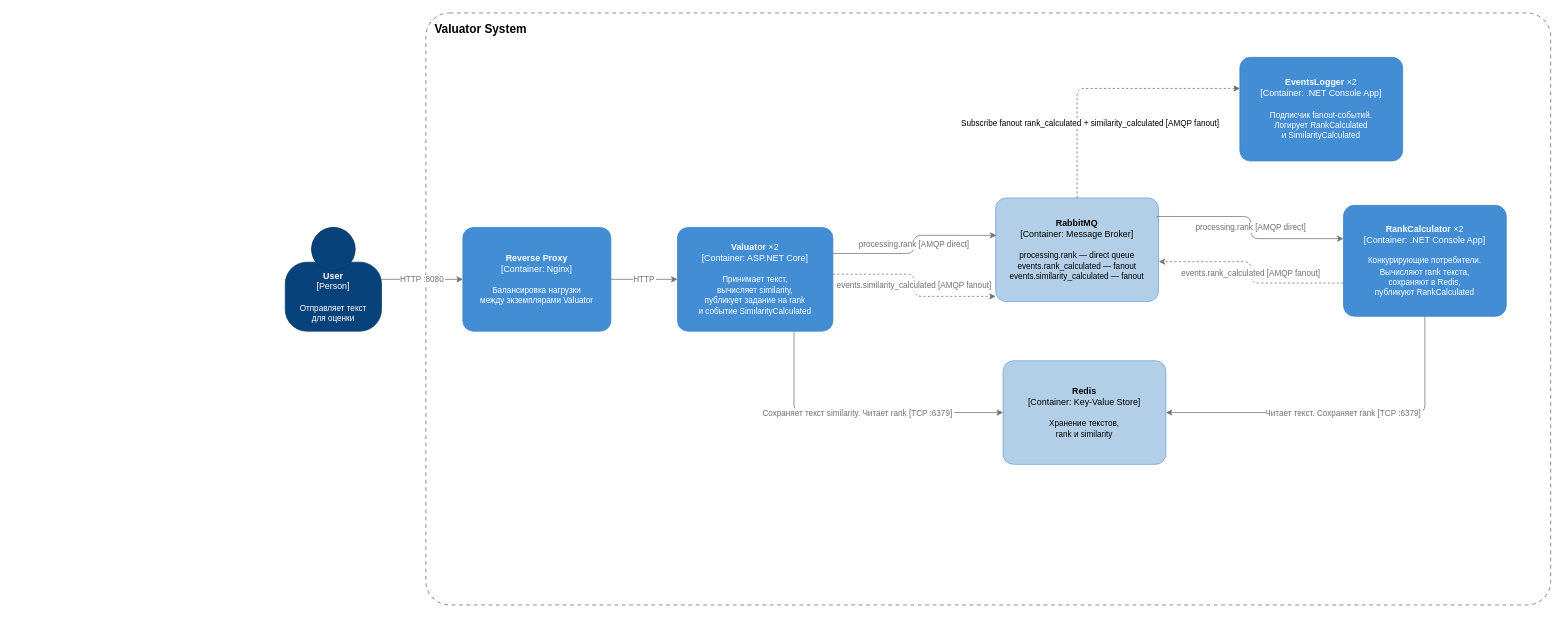
alozhka/distributed-programming keeps this draw.io diagram as C4.drawio. Above is the earlier version. Source tidied: cells renumbered, new cells numbered last; positions are measured from the earlier drawing's top-left corner, leaving out a move shared by most shapes. Both pictures are drawn from the tidied source at 74%, with x=0, y=0 at pixel (285, 13).
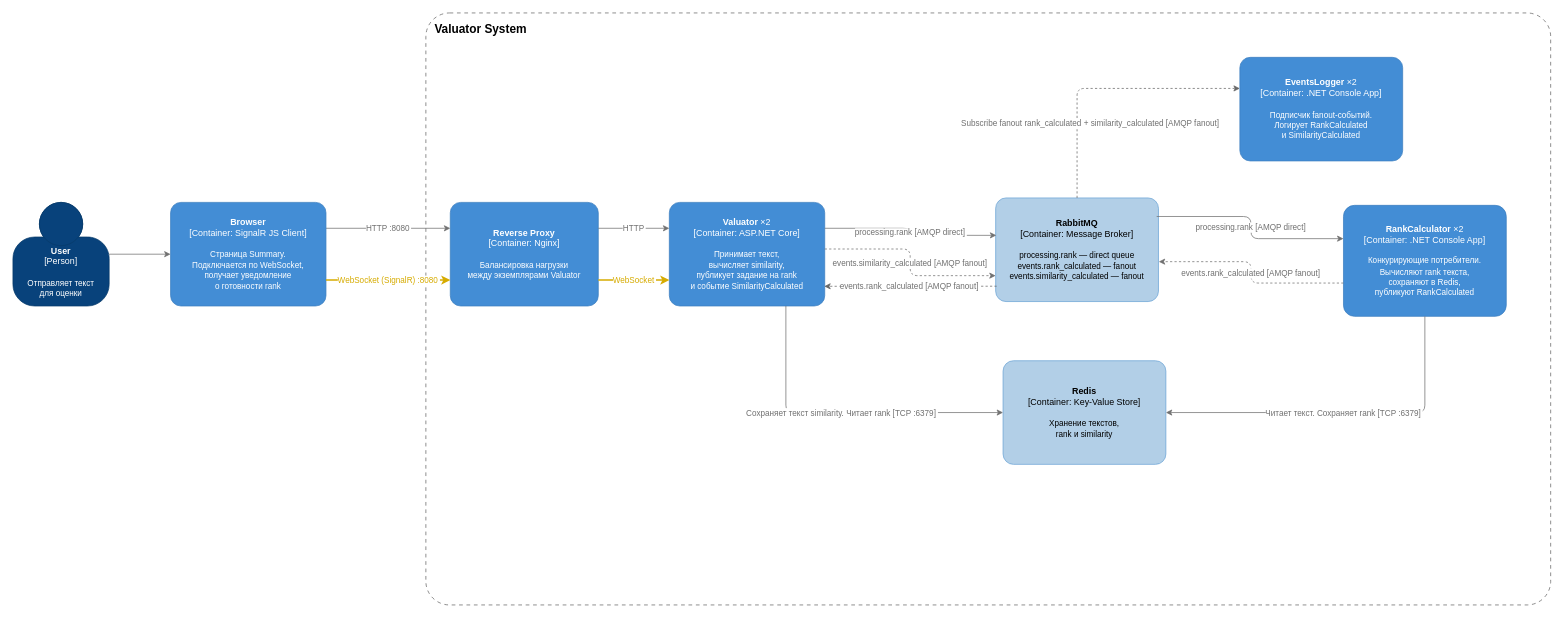
The same diagram, later.

Commit message:
docs: обновил диаграмму контейнеров

The change refers to these unchanged cells:
```xml
<mxCell id="6" value="&lt;b&gt;RabbitMQ&lt;/b&gt;&lt;br&gt;[Container: Message Broker]&lt;br&gt;&lt;br&gt;&lt;font style=&quot;font-size:11px&quot;&gt;processing.rank — direct queue&lt;br&gt;events.rank_calculated — fanout&lt;br&gt;events.similarity_calculated — fanout&lt;/font&gt;" style="rounded=1;whiteSpace=wrap;html=1;fillColor=#B2CFE7;fontColor=#000000;strokeColor=#6BA3D6;fontSize=12;arcSize=10;" parent="1" vertex="1">
  <mxGeometry x="960" y="250" width="220" height="140" as="geometry" />
</mxCell>
<mxCell id="9" value="&lt;b&gt;EventsLogger&lt;/b&gt; ×2&lt;br&gt;[Container: .NET Console App]&lt;br&gt;&lt;br&gt;&lt;font style=&quot;font-size:11px&quot;&gt;Подписчик fanout-событий.&lt;br&gt;Логирует RankCalculated&lt;br&gt;и SimilarityCalculated&lt;/font&gt;" style="rounded=1;whiteSpace=wrap;html=1;fillColor=#438DD5;fontColor=#ffffff;strokeColor=#3C7FC0;fontSize=12;arcSize=10;" parent="1" vertex="1">
  <mxGeometry x="1290" y="60" width="220" height="140" as="geometry" />
</mxCell>
```

The edit, as a diff of the source:
```diff
@@
+    <mxCell id="19" style="edgeStyle=orthogonalEdgeStyle;rounded=0;jettySize=auto;html=1;strokeColor=#707070;" parent="1" edge="1" source="3" target="20">
+      <mxGeometry relative="1" as="geometry" />
+    </mxCell>
     <mxCell id="3" value="&lt;b&gt;User&lt;/b&gt;&lt;br&gt;[Person]&lt;br&gt;&lt;br&gt;&lt;font style=&quot;font-size:11px&quot;&gt;Отправляет текст&lt;br&gt;для оценки&lt;/font&gt;" style="shape=mxgraph.c4.person2;whiteSpace=wrap;html=1;align=center;points=[[0.5,0,0],[1,0.5,0],[1,0.75,0],[0.75,1,0],[0.5,1,0],[0.25,1,0],[0,0.75,0],[0,0.5,0]];fillColor=#08427B;fontColor=#ffffff;strokeColor=#073B6B;fontSize=12;" parent="1" vertex="1">
-      <mxGeometry y="290" width="130" height="140" as="geometry" />
+      <mxGeometry x="-368" y="256" width="130" height="140" as="geometry" />
     </mxCell>
     <mxCell id="4" value="&lt;b&gt;Reverse Proxy&lt;/b&gt;&lt;br&gt;[Container: Nginx]&lt;br&gt;&lt;br&gt;&lt;font style=&quot;font-size:11px&quot;&gt;Балансировка нагрузки&lt;br&gt;между экземплярами Valuator&lt;/font&gt;" style="rounded=1;whiteSpace=wrap;html=1;fillColor=#438DD5;fontColor=#ffffff;strokeColor=#3C7FC0;fontSize=12;arcSize=10;" parent="1" vertex="1">
-      <mxGeometry x="240" y="290" width="200" height="140" as="geometry" />
+      <mxGeometry x="223" y="256" width="200" height="140" as="geometry" />
     </mxCell>
     <mxCell id="5" value="&lt;b&gt;Valuator&lt;/b&gt; ×2&lt;br&gt;[Container: ASP.NET Core]&lt;br&gt;&lt;br&gt;&lt;font style=&quot;font-size:11px&quot;&gt;Принимает текст,&lt;br&gt;вычисляет similarity,&lt;br&gt;публикует задание на rank&lt;br&gt;и событие SimilarityCalculated&lt;/font&gt;" style="rounded=1;whiteSpace=wrap;html=1;fillColor=#438DD5;fontColor=#ffffff;strokeColor=#3C7FC0;fontSize=12;arcSize=10;" parent="1" vertex="1">
-      <mxGeometry x="530" y="290" width="210" height="140" as="geometry" />
+      <mxGeometry x="519" y="256" width="210" height="140" as="geometry" />
     </mxCell>
@@
-    <mxCell id="10" value="HTTP :8080" style="edgeStyle=orthogonalEdgeStyle;rounded=1;jettySize=auto;exitX=1;exitY=0.5;exitDx=0;exitDy=0;entryX=0;entryY=0.5;entryDx=0;entryDy=0;fontSize=11;strokeColor=#707070;fontColor=#707070;" parent="1" edge="1" source="3" target="4">
+    <mxCell id="10" value="HTTP :8080" style="edgeStyle=orthogonalEdgeStyle;rounded=1;jettySize=auto;fontSize=11;strokeColor=#707070;fontColor=#707070;entryX=0;entryY=0.25;entryDx=0;entryDy=0;exitX=1;exitY=0.25;exitDx=0;exitDy=0;" parent="1" edge="1" source="20" target="4">
       <mxGeometry relative="1" as="geometry" />
     </mxCell>
-    <mxCell id="11" value="HTTP" style="edgeStyle=orthogonalEdgeStyle;rounded=1;jettySize=auto;exitX=1;exitY=0.5;exitDx=0;exitDy=0;entryX=0;entryY=0.5;entryDx=0;entryDy=0;fontSize=11;strokeColor=#707070;fontColor=#707070;" parent="1" edge="1" source="4" target="5">
+    <mxCell id="11" value="HTTP" style="edgeStyle=orthogonalEdgeStyle;rounded=1;jettySize=auto;exitX=1;exitY=0.25;exitDx=0;exitDy=0;entryX=0;entryY=0.25;entryDx=0;entryDy=0;fontSize=11;strokeColor=#707070;fontColor=#707070;" parent="1" edge="1" source="4" target="5">
       <mxGeometry relative="1" as="geometry" />
     </mxCell>
@@
-    <mxCell id="13" value="events.similarity_calculated [AMQP fanout]" style="edgeStyle=orthogonalEdgeStyle;rounded=1;jettySize=auto;exitX=1;exitY=0.45;exitDx=0;exitDy=0;entryX=0;entryY=0.95;entryDx=0;entryDy=0;fontSize=11;strokeColor=#707070;fontColor=#707070;dashed=1;" parent="1" edge="1" source="5" target="6">
+    <mxCell id="13" value="events.similarity_calculated [AMQP fanout]" style="edgeStyle=orthogonalEdgeStyle;rounded=1;jettySize=auto;exitX=1;exitY=0.45;exitDx=0;exitDy=0;entryX=0;entryY=0.75;entryDx=0;entryDy=0;fontSize=11;strokeColor=#707070;fontColor=#707070;dashed=1;" parent="1" edge="1" source="5" target="6">
       <mxGeometry relative="1" as="geometry" />
     </mxCell>
@@
-    <mxCell id="18" value="Subscribe fanout rank_calculated + similarity_calculated [AMQP fanout]" style="edgeStyle=orthogonalEdgeStyle;rounded=1;jettySize=auto;exitX=0.5;exitY=0;exitDx=0;exitDy=0;entryX=0;entryY=0.3;entryDx=0;entryDy=0;fontSize=11;strokeColor=#666666;fontColor=#000000;dashed=1;" parent="1" edge="1" source="6" target="9">
+    <mxCell id="18" value="Subscribe fanout rank_calculated + similarity_calculated [AMQP fanout]" style="edgeStyle=orthogonalEdgeStyle;rounded=1;jettySize=auto;exitX=0.5;exitY=0;exitDx=0;exitDy=0;entryX=0;entryY=0.3;entryDx=0;entryDy=0;fontSize=11;strokeColor=#666666;fontColor=#707070;dashed=1;" parent="1" edge="1" source="6" target="9">
       <mxGeometry x="-0.45" y="-18" relative="1" as="geometry" />
     </mxCell>
+    <mxCell id="20" value="&lt;b&gt;Browser&lt;/b&gt;&lt;br&gt;[Container: SignalR JS Client]&lt;br&gt;&lt;br&gt;&lt;font style=&quot;font-size:11px&quot;&gt;Страница Summary.&lt;br&gt;Подключается по WebSocket,&lt;br&gt;получает уведомление&lt;br&gt;о готовности rank&lt;/font&gt;" style="rounded=1;whiteSpace=wrap;html=1;fillColor=#438DD5;fontColor=#ffffff;strokeColor=#3C7FC0;fontSize=12;arcSize=10;" parent="1" vertex="1">
+      <mxGeometry x="-155" y="256" width="210" height="140" as="geometry" />
+    </mxCell>
+    <mxCell id="21" value="WebSocket (SignalR) :8080" style="edgeStyle=orthogonalEdgeStyle;rounded=1;jettySize=auto;exitX=1;exitY=0.75;exitDx=0;exitDy=0;entryX=0;entryY=0.75;entryDx=0;entryDy=0;fontSize=11;strokeColor=#D6AB00;fontColor=#D6AB00;strokeWidth=2;" parent="1" edge="1" source="20" target="4">
+      <mxGeometry relative="1" as="geometry" />
+    </mxCell>
+    <mxCell id="22" value="events.rank_calculated [AMQP fanout]" style="edgeStyle=orthogonalEdgeStyle;rounded=1;jettySize=auto;exitX=0.006;exitY=0.852;exitDx=0;exitDy=0;entryX=0.997;entryY=0.81;entryDx=0;entryDy=0;fontSize=11;strokeColor=#666666;fontColor=#707070;dashed=1;exitPerimeter=0;entryPerimeter=0;" parent="1" edge="1" source="6" target="5">
+      <mxGeometry x="0.01" relative="1" as="geometry" />
+    </mxCell>
+    <mxCell id="23" value="WebSocket" style="edgeStyle=orthogonalEdgeStyle;rounded=1;jettySize=auto;exitX=1;exitY=0.75;exitDx=0;exitDy=0;entryX=0;entryY=0.75;entryDx=0;entryDy=0;fontSize=11;strokeColor=#D6AB00;fontColor=#D6AB00;strokeWidth=2;" parent="1" edge="1" source="4" target="5">
+      <mxGeometry relative="1" as="geometry" />
+    </mxCell>
```
